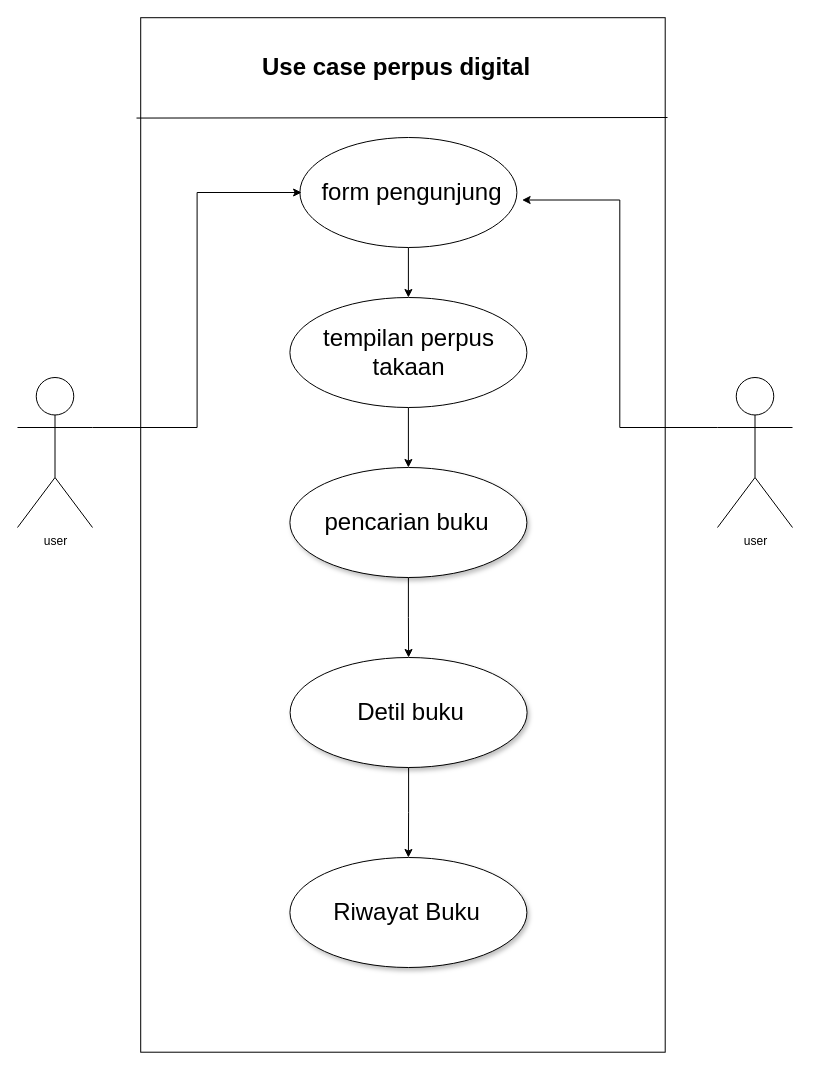
Above: use_case.drawio in Dimasadhyaksa/Alur-PerpusDigital (draw.io), before the change. Source tidied: cells renumbered, new cells numbered last; positions are measured from the earlier drawing's top-left corner, leaving out a move shared by most shapes. Both pictures are drawn from the tidied source at 100%, with x=0, y=0 at pixel (-115, 47).
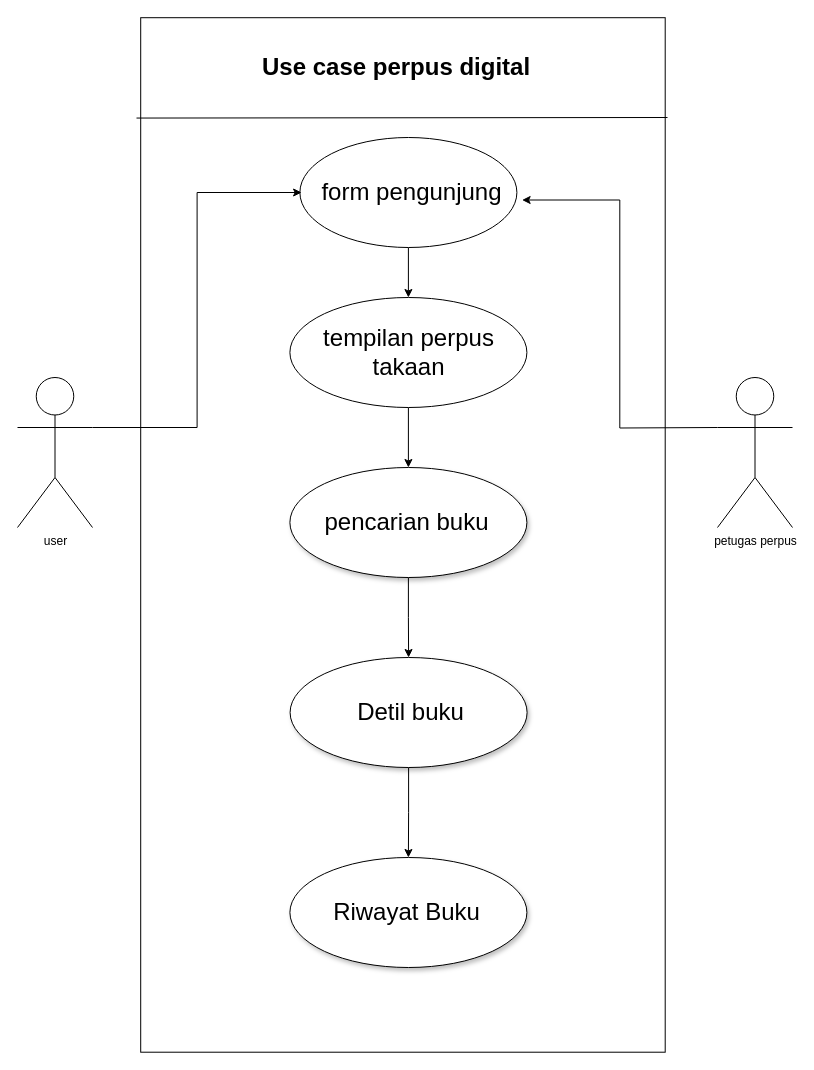
After the change.

The change refers to these unchanged cells:
```xml
<mxCell id="12" value="&lt;span style=&quot;font-size: 24px;&quot;&gt;form pengunjung&lt;/span&gt;" style="text;html=1;strokeColor=none;fillColor=none;align=center;verticalAlign=middle;whiteSpace=wrap;rounded=0;" parent="1" vertex="1">
  <mxGeometry x="416.1" y="130" width="220.5" height="30" as="geometry" />
</mxCell>
```

What changed in the source:
```diff
@@
-    <mxCell id="8" value="user&lt;br&gt;&lt;br&gt;" style="shape=umlActor;verticalLabelPosition=bottom;verticalAlign=top;html=1;outlineConnect=0;" parent="1" vertex="1">
+    <mxCell id="8" value="user" style="shape=umlActor;verticalLabelPosition=bottom;verticalAlign=top;html=1;outlineConnect=0;" parent="1" vertex="1">
       <mxGeometry x="132" y="330" width="75" height="150" as="geometry" />
     </mxCell>
@@
-    <mxCell id="21" style="edgeStyle=orthogonalEdgeStyle;rounded=0;jettySize=auto;html=1;exitX=0;exitY=0.3333333333333333;exitDx=0;exitDy=0;exitPerimeter=0;entryX=1;entryY=0.75;entryDx=0;entryDy=0;" parent="1" edge="1" source="22" target="12">
-      <mxGeometry relative="1" as="geometry" />
+    <mxCell id="21" style="edgeStyle=orthogonalEdgeStyle;rounded=0;jettySize=auto;html=1;exitX=0;exitY=0.3333333333333333;exitDx=0;exitDy=0;exitPerimeter=0;entryX=1;entryY=0.75;entryDx=0;entryDy=0;" parent="1" edge="1" target="12">
+      <mxGeometry relative="1" as="geometry">
+        <mxPoint x="832" y="380" as="sourcePoint" />
+      </mxGeometry>
     </mxCell>
-    <mxCell id="22" value="user&lt;br&gt;&lt;br&gt;" style="shape=umlActor;verticalLabelPosition=bottom;verticalAlign=top;html=1;outlineConnect=0;" parent="1" vertex="1">
-      <mxGeometry x="832" y="330" width="75" height="150" as="geometry" />
-    </mxCell>
+    <mxCell id="23" value="petugas perpus&lt;br&gt;" style="shape=umlActor;verticalLabelPosition=bottom;verticalAlign=top;html=1;" parent="1" vertex="1">
+      <mxGeometry x="832" y="330" width="75" height="150" as="geometry" />
+    </mxCell>
```
